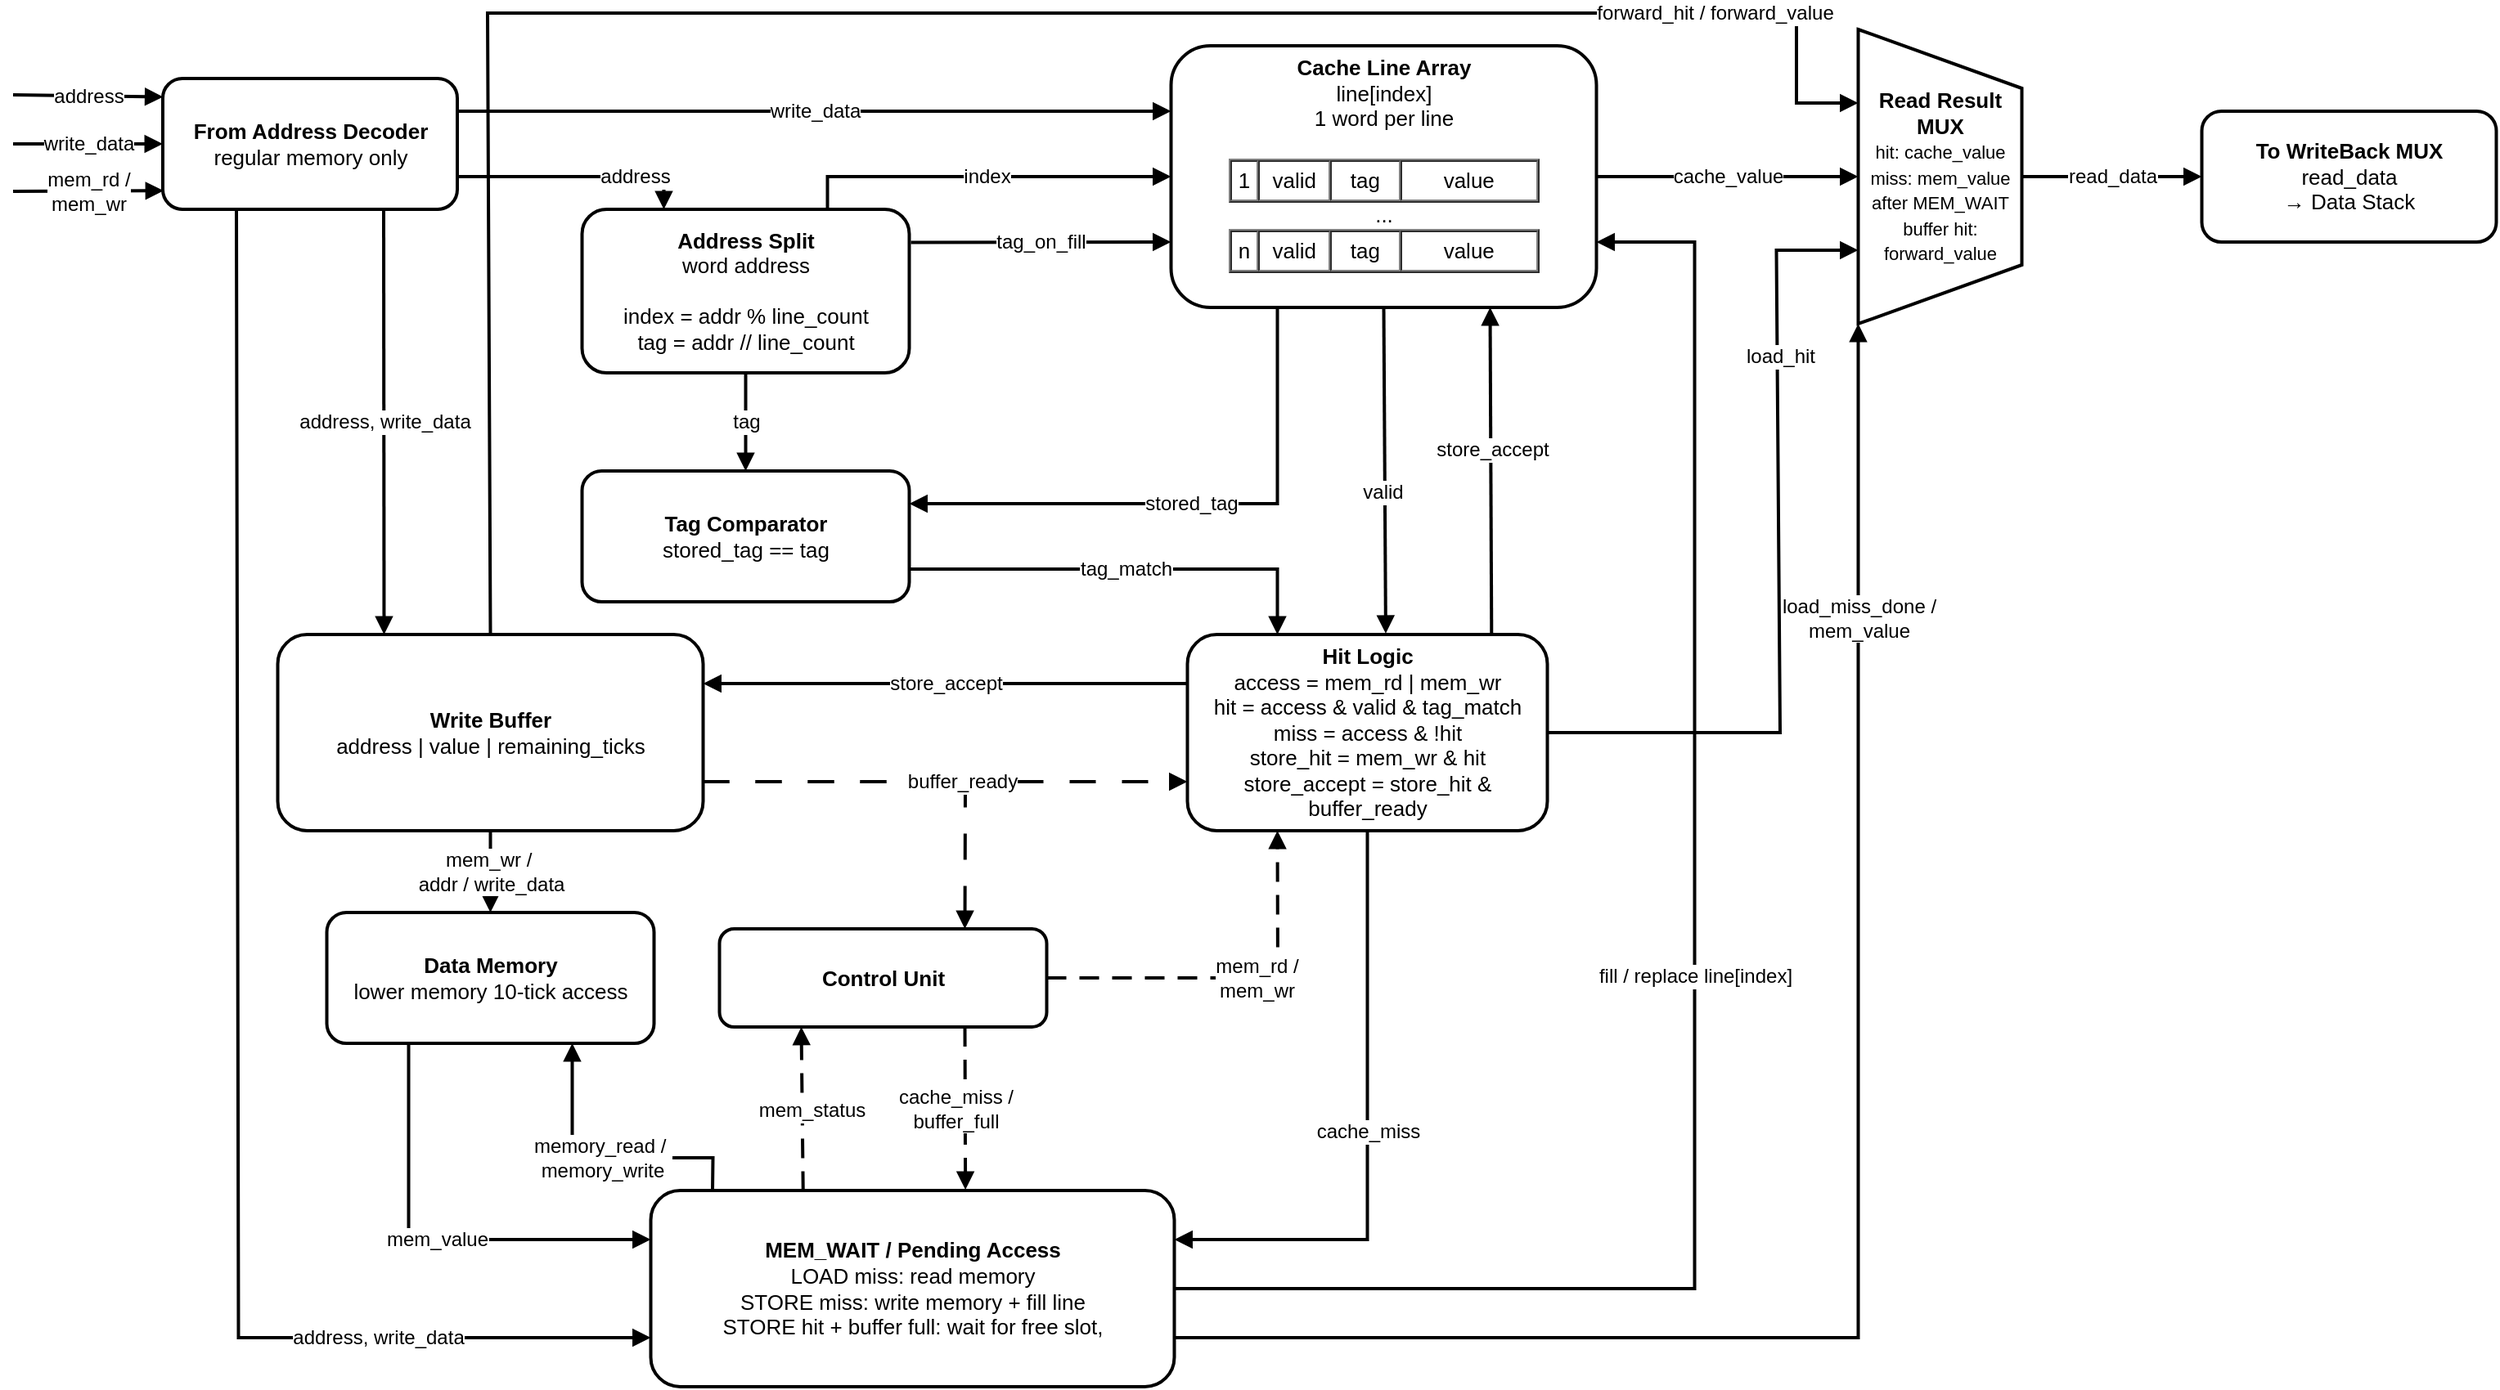
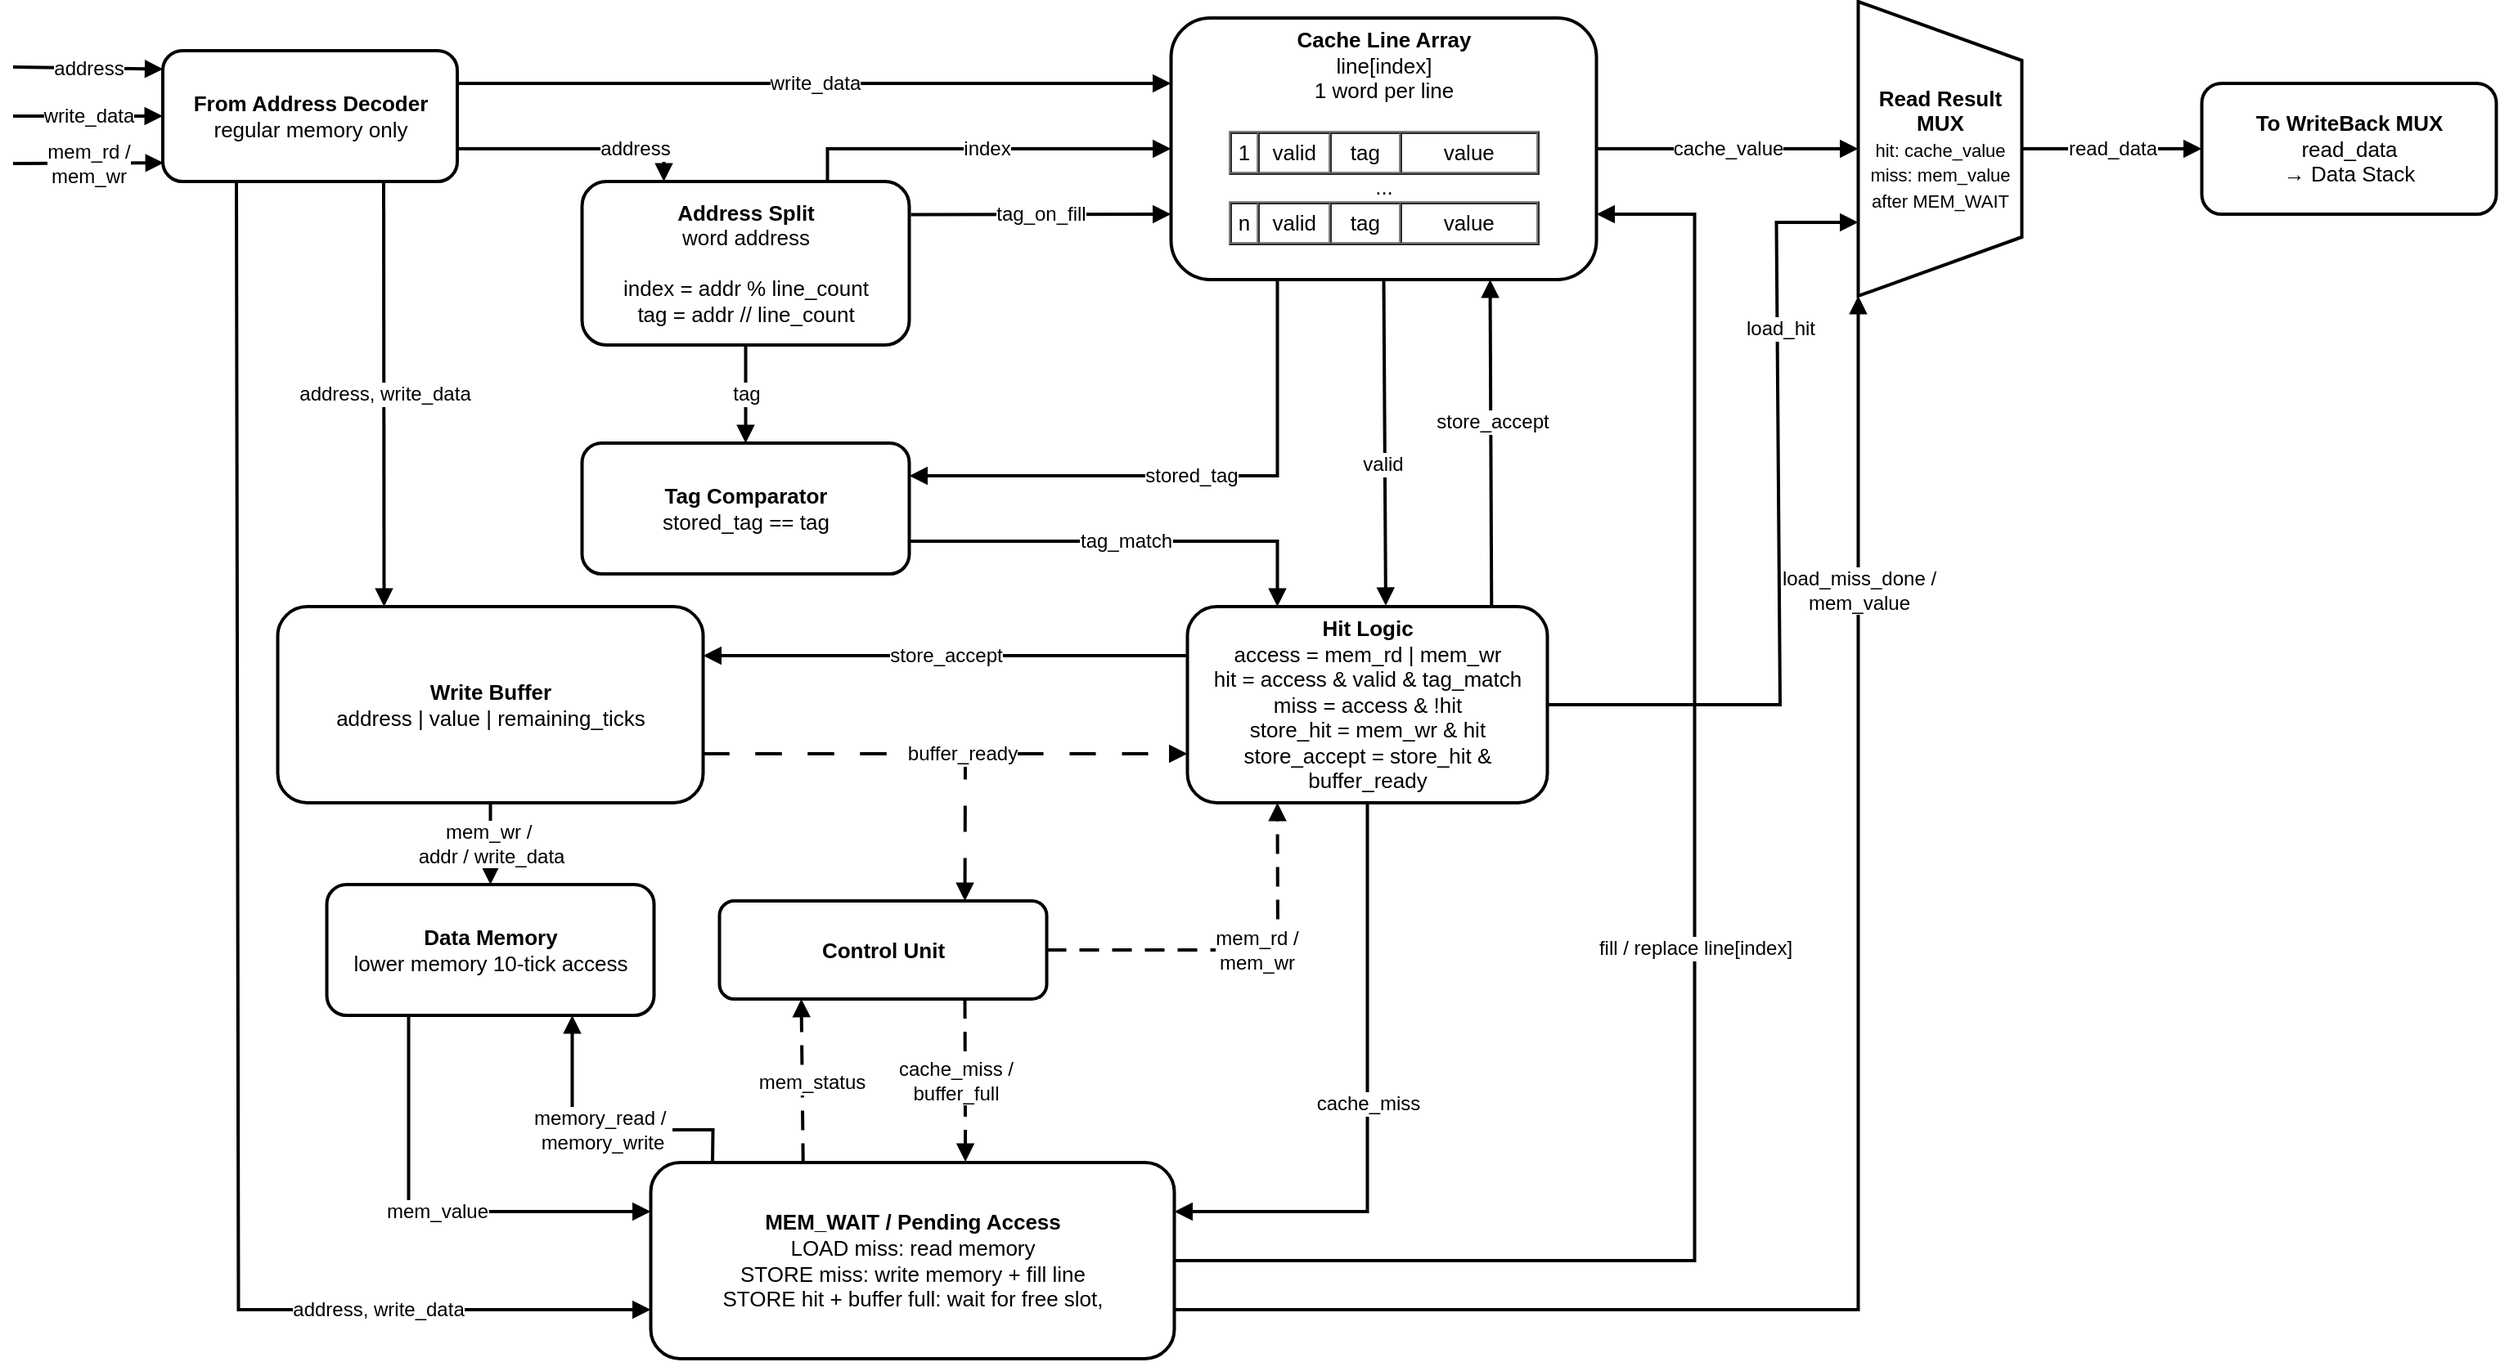
<mxfile host="app.diagrams.net">
  <diagram name="Страница-1" id="6LoON6mabmbmhEtFXeCD">
    <mxGraphModel dx="1572" dy="-209" grid="1" gridSize="10" guides="1" tooltips="1" connect="1" arrows="1" fold="1" page="1" pageScale="1" pageWidth="827" pageHeight="1169" math="0" shadow="0">
      <root>
        <mxCell id="0" />
        <mxCell id="1" parent="0" />
        <mxCell id="1uLOGvhrAcETlvNOaouv-5" edge="1" parent="1" source="IVVpnZJj4IiTGcJY2tOR-60" style="endArrow=block;html=1;rounded=0;strokeWidth=2;strokeColor=#000000;fontSize=12;entryX=0.75;entryY=0;entryDx=0;entryDy=0;exitX=1;exitY=0.75;exitDx=0;exitDy=0;dashed=1;dashPattern=8 8;" target="IVVpnZJj4IiTGcJY2tOR-57" value="">
          <mxGeometry relative="1" x="0.1825" as="geometry">
            <mxPoint as="offset" />
            <Array as="points">
              <mxPoint x="652" y="1740" />
            </Array>
            <mxPoint x="550" y="1769.52" as="sourcePoint" />
            <mxPoint x="846" y="1769.52" as="targetPoint" />
          </mxGeometry>
        </mxCell>
        <mxCell id="IVVpnZJj4IiTGcJY2tOR-39" parent="1" style="rounded=1;whiteSpace=wrap;html=1;strokeWidth=2;fontSize=13;" value="&lt;div&gt;&lt;b&gt;From Address Decoder&lt;/b&gt;&lt;/div&gt;regular memory only" vertex="1">
          <mxGeometry height="80" width="180" x="161.5" y="1310" as="geometry" />
        </mxCell>
        <mxCell id="IVVpnZJj4IiTGcJY2tOR-40" edge="1" parent="1" style="endArrow=block;html=1;rounded=0;strokeWidth=2;strokeColor=#000000;fontSize=12;entryX=0.001;entryY=0.141;entryDx=0;entryDy=0;entryPerimeter=0;" target="IVVpnZJj4IiTGcJY2tOR-39" value="address">
          <mxGeometry relative="1" as="geometry">
            <mxPoint x="70" y="1320" as="sourcePoint" />
            <mxPoint x="161.5" y="1326" as="targetPoint" />
          </mxGeometry>
        </mxCell>
        <mxCell id="IVVpnZJj4IiTGcJY2tOR-41" edge="1" parent="1" style="endArrow=block;html=1;rounded=0;strokeWidth=2;strokeColor=#000000;fontSize=12;entryX=0;entryY=0.5;entryDx=0;entryDy=0;" target="IVVpnZJj4IiTGcJY2tOR-39" value="write_data">
          <mxGeometry relative="1" as="geometry">
            <mxPoint x="70" y="1350" as="sourcePoint" />
            <mxPoint x="110" y="1410" as="targetPoint" />
          </mxGeometry>
        </mxCell>
        <mxCell id="IVVpnZJj4IiTGcJY2tOR-42" edge="1" parent="1" style="endArrow=block;html=1;rounded=0;strokeWidth=2;strokeColor=#000000;fontSize=12;entryX=0.003;entryY=0.858;entryDx=0;entryDy=0;entryPerimeter=0;" target="IVVpnZJj4IiTGcJY2tOR-39" value="&lt;div&gt;mem_rd /&lt;/div&gt;&lt;div&gt;mem_wr&lt;/div&gt;">
          <mxGeometry relative="1" x="-0.0041" as="geometry">
            <mxPoint as="offset" />
            <mxPoint x="70" y="1379" as="sourcePoint" />
            <mxPoint x="161.5" y="1374" as="targetPoint" />
          </mxGeometry>
        </mxCell>
        <mxCell id="IVVpnZJj4IiTGcJY2tOR-43" parent="1" style="rounded=1;whiteSpace=wrap;html=1;strokeWidth=2;fontSize=13;" value="&lt;b&gt;Address Split&lt;/b&gt;&lt;br&gt;word address&lt;br&gt;&lt;br&gt;index = addr % line_count&lt;br&gt;tag = addr // line_count" vertex="1">
          <mxGeometry height="100" width="200" x="417.75" y="1390" as="geometry" />
        </mxCell>
        <mxCell id="IVVpnZJj4IiTGcJY2tOR-44" edge="1" parent="1" source="IVVpnZJj4IiTGcJY2tOR-39" style="endArrow=block;html=1;rounded=0;strokeWidth=2;strokeColor=#000000;fontSize=12;exitX=1;exitY=0.75;exitDx=0;exitDy=0;entryX=0.25;entryY=0;entryDx=0;entryDy=0;" target="IVVpnZJj4IiTGcJY2tOR-43" value="address">
          <mxGeometry relative="1" x="0.4838" as="geometry">
            <mxPoint as="offset" />
            <Array as="points">
              <mxPoint x="467.75" y="1370" />
            </Array>
            <mxPoint x="307.75" y="1550" as="sourcePoint" />
            <mxPoint x="357.75" y="1572" as="targetPoint" />
          </mxGeometry>
        </mxCell>
        <mxCell id="IVVpnZJj4IiTGcJY2tOR-45" parent="1" style="rounded=1;whiteSpace=wrap;html=1;strokeWidth=2;fontSize=13;" value="&lt;b&gt;Cache Line Array&lt;/b&gt;&lt;br&gt;&lt;div&gt;line[index]&lt;/div&gt;&lt;div&gt;1 word per line&lt;/div&gt;&lt;div&gt;&lt;br&gt;&lt;/div&gt;&lt;div&gt;&lt;table border=&quot;1&quot; cellpadding=&quot;4&quot; cellspacing=&quot;0&quot;&gt;&lt;tbody&gt;&lt;tr&gt;&lt;td&gt;1&lt;/td&gt;&lt;td&gt;&amp;nbsp;valid&amp;nbsp;&lt;/td&gt;&lt;td&gt;&amp;nbsp; tag&amp;nbsp;&amp;nbsp;&lt;/td&gt;&lt;td&gt;&amp;nbsp; &amp;nbsp; &amp;nbsp; value&amp;nbsp; &amp;nbsp; &amp;nbsp;&amp;nbsp;&lt;/td&gt;&lt;/tr&gt;&lt;/tbody&gt;&lt;/table&gt;...&lt;/div&gt;&lt;div&gt;&lt;table border=&quot;1&quot; cellpadding=&quot;4&quot; cellspacing=&quot;0&quot;&gt;&lt;tbody&gt;&lt;tr&gt;&lt;td&gt;n&lt;/td&gt;&lt;td&gt;&amp;nbsp;valid&amp;nbsp;&lt;/td&gt;&lt;td&gt;&amp;nbsp; tag&amp;nbsp;&amp;nbsp;&lt;/td&gt;&lt;td&gt;&amp;nbsp; &amp;nbsp; &amp;nbsp; value&amp;nbsp; &amp;nbsp; &amp;nbsp;&amp;nbsp;&lt;/td&gt;&lt;/tr&gt;&lt;/tbody&gt;&lt;/table&gt;&lt;br&gt;&lt;/div&gt;" vertex="1">
          <mxGeometry height="160" width="260" x="777.75" y="1290" as="geometry" />
        </mxCell>
        <mxCell id="IVVpnZJj4IiTGcJY2tOR-46" edge="1" parent="1" source="IVVpnZJj4IiTGcJY2tOR-43" style="endArrow=block;html=1;rounded=0;strokeWidth=2;strokeColor=#000000;fontSize=12;entryX=0;entryY=0.5;entryDx=0;entryDy=0;exitX=0.75;exitY=0;exitDx=0;exitDy=0;" target="IVVpnZJj4IiTGcJY2tOR-45" value="index">
          <mxGeometry relative="1" x="0.0179" as="geometry">
            <mxPoint as="offset" />
            <Array as="points">
              <mxPoint x="567.75" y="1370" />
            </Array>
            <mxPoint x="1077.75" y="1470" as="sourcePoint" />
            <mxPoint x="1147.75" y="1460" as="targetPoint" />
          </mxGeometry>
        </mxCell>
        <mxCell id="IVVpnZJj4IiTGcJY2tOR-47" edge="1" parent="1" source="IVVpnZJj4IiTGcJY2tOR-39" style="endArrow=block;html=1;rounded=0;strokeWidth=2;strokeColor=#000000;fontSize=12;entryX=0;entryY=0.25;entryDx=0;entryDy=0;exitX=1;exitY=0.25;exitDx=0;exitDy=0;" target="IVVpnZJj4IiTGcJY2tOR-45" value="write_data">
          <mxGeometry relative="1" as="geometry">
            <mxPoint x="817.75" y="1391" as="sourcePoint" />
            <mxPoint x="967.75" y="1249" as="targetPoint" />
          </mxGeometry>
        </mxCell>
        <mxCell id="IVVpnZJj4IiTGcJY2tOR-48" edge="1" parent="1" source="IVVpnZJj4IiTGcJY2tOR-43" style="endArrow=block;html=1;rounded=0;strokeWidth=2;strokeColor=#000000;fontSize=12;exitX=1.005;exitY=0.202;exitDx=0;exitDy=0;entryX=0;entryY=0.75;entryDx=0;entryDy=0;exitPerimeter=0;" target="IVVpnZJj4IiTGcJY2tOR-45" value="tag_on_fill">
          <mxGeometry relative="1" as="geometry">
            <Array as="points" />
            <mxPoint x="657.75" y="1450" as="sourcePoint" />
            <mxPoint x="1227.75" y="1607" as="targetPoint" />
          </mxGeometry>
        </mxCell>
        <mxCell id="IVVpnZJj4IiTGcJY2tOR-49" parent="1" style="rounded=1;whiteSpace=wrap;html=1;strokeWidth=2;fontSize=13;" value="&lt;b&gt;To WriteBack MUX&lt;/b&gt;&lt;br&gt;read_data&lt;br&gt;→ Data Stack" vertex="1">
          <mxGeometry height="80" width="180" x="1407.75" y="1330" as="geometry" />
        </mxCell>
        <mxCell id="IVVpnZJj4IiTGcJY2tOR-50" edge="1" parent="1" source="IVVpnZJj4IiTGcJY2tOR-140" style="endArrow=block;html=1;rounded=0;strokeWidth=2;strokeColor=#000000;fontSize=12;" target="IVVpnZJj4IiTGcJY2tOR-49" value="read_data">
          <mxGeometry relative="1" as="geometry">
            <mxPoint x="1722.75" y="1355" as="sourcePoint" />
            <mxPoint x="2162.75" y="1415.5" as="targetPoint" />
          </mxGeometry>
        </mxCell>
        <mxCell id="IVVpnZJj4IiTGcJY2tOR-51" edge="1" parent="1" source="IVVpnZJj4IiTGcJY2tOR-45" style="endArrow=block;html=1;rounded=0;strokeWidth=2;strokeColor=#000000;fontSize=12;exitX=1;exitY=0.5;exitDx=0;exitDy=0;entryX=0.5;entryY=1;entryDx=0;entryDy=0;" target="IVVpnZJj4IiTGcJY2tOR-140" value="cache_value">
          <mxGeometry relative="1" as="geometry">
            <mxPoint x="1297.75" y="1355" as="sourcePoint" />
            <mxPoint x="1492.75" y="1355" as="targetPoint" />
          </mxGeometry>
        </mxCell>
        <mxCell id="IVVpnZJj4IiTGcJY2tOR-53" parent="1" style="rounded=1;whiteSpace=wrap;html=1;strokeWidth=2;fontSize=13;" value="&lt;b&gt;MEM_WAIT / Pending Access&lt;/b&gt;&lt;br&gt;LOAD miss: read memory&lt;br&gt;&lt;div&gt;STORE miss: write memory + fill line&lt;/div&gt;&lt;div&gt;&lt;span&gt;STORE hit + buffer full:&lt;/span&gt;&lt;span&gt;&amp;nbsp;wait for free slot,&lt;/span&gt;&lt;/div&gt;" vertex="1">
          <mxGeometry height="120" width="320" x="459.75" y="1990" as="geometry" />
        </mxCell>
        <mxCell id="IVVpnZJj4IiTGcJY2tOR-54" edge="1" parent="1" source="IVVpnZJj4IiTGcJY2tOR-53" style="endArrow=block;html=1;rounded=0;strokeWidth=2;strokeColor=#000000;fontSize=12;exitX=1;exitY=0.75;exitDx=0;exitDy=0;entryX=1;entryY=1;entryDx=0;entryDy=0;" target="IVVpnZJj4IiTGcJY2tOR-140" value="&lt;div&gt;load_miss_done /&lt;/div&gt;mem_value">
          <mxGeometry relative="1" x="0.6532" as="geometry">
            <mxPoint as="offset" />
            <Array as="points">
              <mxPoint x="1197.75" y="2080" />
            </Array>
            <mxPoint x="1269.75" y="2484" as="sourcePoint" />
            <mxPoint x="1197.75" y="2187" as="targetPoint" />
          </mxGeometry>
        </mxCell>
        <mxCell id="IVVpnZJj4IiTGcJY2tOR-55" parent="1" style="rounded=1;whiteSpace=wrap;html=1;strokeWidth=2;fontSize=13;" value="&lt;div&gt;&lt;b&gt;Hit Logic&lt;/b&gt;&lt;/div&gt;&lt;div&gt;access = mem_rd | mem_wr&lt;/div&gt;hit = access &amp;amp; valid &amp;amp; tag_match&lt;br&gt;miss = access &amp;amp; !hit&lt;br&gt;&lt;div&gt;store_hit = mem_wr &amp;amp; hit&lt;/div&gt;&lt;div&gt;store_accept = store_hit &amp;amp; buffer_ready&lt;/div&gt;" vertex="1">
          <mxGeometry height="120" width="220" x="787.75" y="1650" as="geometry" />
        </mxCell>
        <mxCell id="IVVpnZJj4IiTGcJY2tOR-56" edge="1" parent="1" source="IVVpnZJj4IiTGcJY2tOR-45" style="endArrow=block;html=1;rounded=0;strokeWidth=2;strokeColor=#000000;fontSize=12;entryX=0.551;entryY=-0.005;entryDx=0;entryDy=0;exitX=0.5;exitY=1;exitDx=0;exitDy=0;entryPerimeter=0;" target="IVVpnZJj4IiTGcJY2tOR-55" value="valid">
          <mxGeometry relative="1" x="0.1329" y="-1" as="geometry">
            <mxPoint as="offset" />
            <mxPoint x="927.75" y="1670" as="sourcePoint" />
            <mxPoint x="940.75" y="1795" as="targetPoint" />
          </mxGeometry>
        </mxCell>
        <mxCell id="IVVpnZJj4IiTGcJY2tOR-57" parent="1" style="rounded=1;whiteSpace=wrap;html=1;strokeWidth=2;fontSize=13;" value="&lt;b&gt;Control Unit&lt;/b&gt;" vertex="1">
          <mxGeometry height="60" width="200" x="501.75" y="1830" as="geometry" />
        </mxCell>
        <mxCell id="IVVpnZJj4IiTGcJY2tOR-58" parent="1" style="rounded=1;whiteSpace=wrap;html=1;strokeWidth=2;fontSize=13;" value="&lt;b&gt;Tag Comparator&lt;/b&gt;&lt;br&gt;stored_tag == tag" vertex="1">
          <mxGeometry height="80" width="200" x="417.75" y="1550" as="geometry" />
        </mxCell>
        <mxCell id="IVVpnZJj4IiTGcJY2tOR-59" parent="1" style="rounded=1;whiteSpace=wrap;html=1;strokeWidth=2;fontSize=13;" value="&lt;b&gt;Data Memory&lt;/b&gt;&lt;br&gt;lower memory 10-tick access" vertex="1">
          <mxGeometry height="80" width="200" x="261.75" y="1820" as="geometry" />
        </mxCell>
        <mxCell id="IVVpnZJj4IiTGcJY2tOR-60" parent="1" style="rounded=1;whiteSpace=wrap;html=1;strokeWidth=2;fontSize=13;" value="&lt;div&gt;&lt;b&gt;Write Buffer&lt;/b&gt;&lt;/div&gt;&lt;div&gt;&lt;span&gt;address | value | remaining_ticks&lt;/span&gt;&lt;/div&gt;" vertex="1">
          <mxGeometry height="120" width="260" x="231.75" y="1650" as="geometry" />
        </mxCell>
        <mxCell id="IVVpnZJj4IiTGcJY2tOR-61" edge="1" parent="1" source="IVVpnZJj4IiTGcJY2tOR-43" style="endArrow=block;html=1;rounded=0;strokeWidth=2;strokeColor=#000000;fontSize=12;" target="IVVpnZJj4IiTGcJY2tOR-58" value="tag">
          <mxGeometry relative="1" as="geometry">
            <mxPoint x="207.75" y="1640" as="sourcePoint" />
            <mxPoint x="207.75" y="1707" as="targetPoint" />
          </mxGeometry>
        </mxCell>
        <mxCell id="IVVpnZJj4IiTGcJY2tOR-62" edge="1" parent="1" source="IVVpnZJj4IiTGcJY2tOR-45" style="endArrow=block;html=1;rounded=0;strokeWidth=2;strokeColor=#000000;fontSize=12;entryX=1;entryY=0.25;entryDx=0;entryDy=0;exitX=0.25;exitY=1;exitDx=0;exitDy=0;" target="IVVpnZJj4IiTGcJY2tOR-58" value="stored_tag">
          <mxGeometry relative="1" as="geometry">
            <Array as="points">
              <mxPoint x="842.75" y="1570" />
            </Array>
            <mxPoint x="935.75" y="1850" as="sourcePoint" />
            <mxPoint x="707.75" y="2020" as="targetPoint" />
          </mxGeometry>
        </mxCell>
        <mxCell id="IVVpnZJj4IiTGcJY2tOR-63" edge="1" parent="1" source="IVVpnZJj4IiTGcJY2tOR-58" style="endArrow=block;html=1;rounded=0;strokeWidth=2;strokeColor=#000000;fontSize=12;entryX=0.25;entryY=0;entryDx=0;entryDy=0;exitX=1;exitY=0.75;exitDx=0;exitDy=0;" target="IVVpnZJj4IiTGcJY2tOR-55" value="tag_match">
          <mxGeometry relative="1" as="geometry">
            <Array as="points">
              <mxPoint x="842.75" y="1610" />
            </Array>
            <mxPoint x="137.75" y="1861" as="sourcePoint" />
            <mxPoint x="342.75" y="1840" as="targetPoint" />
          </mxGeometry>
        </mxCell>
        <mxCell id="IVVpnZJj4IiTGcJY2tOR-64" edge="1" parent="1" source="IVVpnZJj4IiTGcJY2tOR-55" style="endArrow=block;html=1;rounded=0;strokeWidth=2;strokeColor=#000000;fontSize=12;entryX=0.75;entryY=1;entryDx=0;entryDy=0;" target="IVVpnZJj4IiTGcJY2tOR-140" value="&lt;div&gt;load_hit&lt;/div&gt;">
          <mxGeometry relative="1" x="0.5279" y="-2" as="geometry">
            <mxPoint as="offset" />
            <Array as="points">
              <mxPoint x="1150" y="1710" />
              <mxPoint x="1147.75" y="1415" />
            </Array>
            <mxPoint x="1167.75" y="1702" as="sourcePoint" />
            <mxPoint x="1406.75" y="1560" as="targetPoint" />
          </mxGeometry>
        </mxCell>
        <mxCell id="IVVpnZJj4IiTGcJY2tOR-65" edge="1" parent="1" source="IVVpnZJj4IiTGcJY2tOR-55" style="endArrow=block;html=1;rounded=0;strokeWidth=2;strokeColor=#000000;fontSize=12;entryX=1;entryY=0.25;entryDx=0;entryDy=0;exitX=0;exitY=0.25;exitDx=0;exitDy=0;" target="IVVpnZJj4IiTGcJY2tOR-60" value="store_accept">
          <mxGeometry relative="1" as="geometry">
            <Array as="points" />
            <mxPoint x="780" y="1670" as="sourcePoint" />
            <mxPoint x="797.75" y="2210" as="targetPoint" />
          </mxGeometry>
        </mxCell>
        <mxCell id="IVVpnZJj4IiTGcJY2tOR-66" edge="1" parent="1" source="IVVpnZJj4IiTGcJY2tOR-60" style="endArrow=block;html=1;rounded=0;strokeWidth=2;strokeColor=#000000;fontSize=12;exitX=0.5;exitY=1;exitDx=0;exitDy=0;entryX=0.5;entryY=0;entryDx=0;entryDy=0;" target="IVVpnZJj4IiTGcJY2tOR-59" value="&lt;div&gt;mem_wr /&amp;nbsp;&lt;/div&gt;&lt;div&gt;addr / write_data&lt;/div&gt;">
          <mxGeometry relative="1" as="geometry">
            <Array as="points" />
            <mxPoint x="357.75" y="1771" as="sourcePoint" />
            <mxPoint x="298" y="1820" as="targetPoint" />
          </mxGeometry>
        </mxCell>
        <mxCell id="IVVpnZJj4IiTGcJY2tOR-67" edge="1" parent="1" source="IVVpnZJj4IiTGcJY2tOR-59" style="endArrow=block;html=1;rounded=0;strokeWidth=2;strokeColor=#000000;fontSize=12;entryX=0;entryY=0.25;entryDx=0;entryDy=0;exitX=0.25;exitY=1;exitDx=0;exitDy=0;" target="IVVpnZJj4IiTGcJY2tOR-53" value="mem_value">
          <mxGeometry relative="1" x="0.0256" as="geometry">
            <mxPoint as="offset" />
            <Array as="points">
              <mxPoint x="311.75" y="2020" />
            </Array>
            <mxPoint x="307.75" y="1920" as="sourcePoint" />
            <mxPoint x="1017.75" y="2340" as="targetPoint" />
          </mxGeometry>
        </mxCell>
        <mxCell id="IVVpnZJj4IiTGcJY2tOR-68" edge="1" parent="1" source="IVVpnZJj4IiTGcJY2tOR-53" style="endArrow=block;html=1;rounded=0;strokeWidth=2;strokeColor=#000000;fontSize=12;exitX=0.118;exitY=-0.005;exitDx=0;exitDy=0;entryX=0.75;entryY=1;entryDx=0;entryDy=0;exitPerimeter=0;" target="IVVpnZJj4IiTGcJY2tOR-59" value="&lt;div&gt;memory_read /&amp;nbsp;&lt;/div&gt;&lt;div&gt;memory_write&lt;/div&gt;">
          <mxGeometry relative="1" as="geometry">
            <mxPoint as="offset" />
            <Array as="points">
              <mxPoint x="497.75" y="1970" />
              <mxPoint x="411.75" y="1970" />
            </Array>
            <mxPoint x="1137.75" y="2360" as="sourcePoint" />
            <mxPoint x="1077.75" y="2680" as="targetPoint" />
          </mxGeometry>
        </mxCell>
        <mxCell id="IVVpnZJj4IiTGcJY2tOR-69" edge="1" parent="1" source="IVVpnZJj4IiTGcJY2tOR-57" style="endArrow=block;html=1;rounded=0;strokeWidth=2;dashed=1;dashPattern=6 4;strokeColor=light-dark(#000000,#000000);fontColor=light-dark(#000000, #6f9bf2);fontSize=12;entryX=0.601;entryY=-0.004;entryDx=0;entryDy=0;exitX=0.75;exitY=1;exitDx=0;exitDy=0;entryPerimeter=0;" target="IVVpnZJj4IiTGcJY2tOR-53" value="&lt;div&gt;cache_miss /&lt;/div&gt;&lt;div&gt;buffer_full&lt;/div&gt;">
          <mxGeometry relative="1" x="-0.0068" y="-6" as="geometry">
            <mxPoint as="offset" />
            <Array as="points" />
            <mxPoint x="39.75" y="1800" as="sourcePoint" />
            <mxPoint x="206.75" y="2117" as="targetPoint" />
          </mxGeometry>
        </mxCell>
        <mxCell id="IVVpnZJj4IiTGcJY2tOR-70" edge="1" parent="1" source="IVVpnZJj4IiTGcJY2tOR-53" style="endArrow=block;html=1;rounded=0;strokeWidth=2;dashed=1;dashPattern=6 4;strokeColor=light-dark(#000000,#000000);fontColor=light-dark(#000000, #6f9bf2);fontSize=12;exitX=0.291;exitY=0.002;exitDx=0;exitDy=0;entryX=0.25;entryY=1;entryDx=0;entryDy=0;exitPerimeter=0;" target="IVVpnZJj4IiTGcJY2tOR-57" value="mem_status">
          <mxGeometry relative="1" x="-0.0101" y="-6" as="geometry">
            <mxPoint as="offset" />
            <Array as="points" />
            <mxPoint x="589.75" y="2320" as="sourcePoint" />
            <mxPoint x="756.75" y="2637" as="targetPoint" />
          </mxGeometry>
        </mxCell>
        <mxCell id="IVVpnZJj4IiTGcJY2tOR-71" edge="1" parent="1" source="IVVpnZJj4IiTGcJY2tOR-57" style="endArrow=block;html=1;rounded=0;strokeWidth=2;dashed=1;dashPattern=6 4;strokeColor=light-dark(#000000,#000000);fontColor=light-dark(#000000, #6f9bf2);fontSize=12;entryX=0.25;entryY=1;entryDx=0;entryDy=0;exitX=1;exitY=0.5;exitDx=0;exitDy=0;" target="IVVpnZJj4IiTGcJY2tOR-55" value="&lt;div&gt;mem_rd /&lt;/div&gt;&lt;div&gt;mem_wr&lt;/div&gt;">
          <mxGeometry relative="1" x="0.1092" as="geometry">
            <mxPoint as="offset" />
            <Array as="points">
              <mxPoint x="843" y="1860" />
            </Array>
            <mxPoint x="787.75" y="1860" as="sourcePoint" />
            <mxPoint x="954.75" y="2177" as="targetPoint" />
          </mxGeometry>
        </mxCell>
        <mxCell id="IVVpnZJj4IiTGcJY2tOR-72" edge="1" parent="1" source="IVVpnZJj4IiTGcJY2tOR-55" style="endArrow=block;html=1;rounded=0;strokeWidth=2;strokeColor=#000000;fontSize=12;entryX=1;entryY=0.25;entryDx=0;entryDy=0;" target="IVVpnZJj4IiTGcJY2tOR-53" value="cache_miss">
          <mxGeometry relative="1" as="geometry">
            <Array as="points">
              <mxPoint x="897.75" y="2020" />
            </Array>
            <mxPoint x="217.75" y="1850" as="sourcePoint" />
            <mxPoint x="157.75" y="2170" as="targetPoint" />
          </mxGeometry>
        </mxCell>
        <mxCell id="IVVpnZJj4IiTGcJY2tOR-73" edge="1" parent="1" source="IVVpnZJj4IiTGcJY2tOR-39" style="endArrow=block;html=1;rounded=0;strokeWidth=2;strokeColor=#000000;fontSize=12;exitX=0.25;exitY=1;exitDx=0;exitDy=0;entryX=0;entryY=0.75;entryDx=0;entryDy=0;" target="IVVpnZJj4IiTGcJY2tOR-53" value="address, write_data">
          <mxGeometry relative="1" x="0.6451" as="geometry">
            <mxPoint as="offset" />
            <Array as="points">
              <mxPoint x="207.75" y="2080" />
            </Array>
            <mxPoint x="157.75" y="1710" as="sourcePoint" />
            <mxPoint x="277.75" y="2330" as="targetPoint" />
          </mxGeometry>
        </mxCell>
        <mxCell id="IVVpnZJj4IiTGcJY2tOR-74" edge="1" parent="1" source="IVVpnZJj4IiTGcJY2tOR-39" style="endArrow=block;html=1;rounded=0;strokeWidth=2;strokeColor=#000000;fontSize=12;exitX=0.75;exitY=1;exitDx=0;exitDy=0;entryX=0.25;entryY=0;entryDx=0;entryDy=0;" target="IVVpnZJj4IiTGcJY2tOR-60" value="address, write_data">
          <mxGeometry relative="1" as="geometry">
            <Array as="points" />
            <mxPoint x="940.75" y="1030" as="sourcePoint" />
            <mxPoint x="1477.75" y="1814" as="targetPoint" />
          </mxGeometry>
        </mxCell>
        <mxCell id="IVVpnZJj4IiTGcJY2tOR-75" edge="1" parent="1" source="IVVpnZJj4IiTGcJY2tOR-53" style="endArrow=block;html=1;rounded=0;strokeWidth=2;strokeColor=#000000;fontSize=12;exitX=1;exitY=0.5;exitDx=0;exitDy=0;entryX=1;entryY=0.75;entryDx=0;entryDy=0;" target="IVVpnZJj4IiTGcJY2tOR-45" value="fill / replace line[index]">
          <mxGeometry relative="1" as="geometry">
            <Array as="points">
              <mxPoint x="1097.75" y="2050" />
              <mxPoint x="1097.75" y="1410" />
            </Array>
            <mxPoint x="57.75" y="1600" as="sourcePoint" />
            <mxPoint x="717.75" y="1750" as="targetPoint" />
          </mxGeometry>
        </mxCell>
-         <mxCell id="IVVpnZJj4IiTGcJY2tOR-140" parent="1" style="shape=trapezoid;perimeter=trapezoidPerimeter;whiteSpace=wrap;html=1;strokeWidth=2;fillColor=#ffffff;strokeColor=#000000;fontSize=13;direction=south;" value="&lt;b&gt;Read Result MUX&lt;/b&gt;&lt;br&gt;&lt;font style=&quot;font-size: 11px&quot;&gt;hit: cache_value&lt;br&gt;&lt;/font&gt;&lt;div&gt;&lt;font style=&quot;font-size: 11px&quot;&gt;miss: mem_value after MEM_WAIT&lt;/font&gt;&lt;/div&gt;&lt;div&gt;&lt;font style=&quot;font-size: 11px&quot;&gt;buffer hit: forward_value&lt;/font&gt;&lt;/div&gt;" vertex="1">
+         <mxCell id="IVVpnZJj4IiTGcJY2tOR-140" parent="1" style="shape=trapezoid;perimeter=trapezoidPerimeter;whiteSpace=wrap;html=1;strokeWidth=2;fillColor=#ffffff;strokeColor=#000000;fontSize=13;direction=south;" value="&lt;b&gt;Read Result MUX&lt;/b&gt;&lt;br&gt;&lt;font style=&quot;font-size: 11px&quot;&gt;hit: cache_value&lt;br&gt;&lt;/font&gt;&lt;div&gt;&lt;font style=&quot;font-size: 11px&quot;&gt;miss: mem_value after MEM_WAIT&lt;/font&gt;&lt;/div&gt;" vertex="1">
          <mxGeometry height="180" width="100" x="1197.75" y="1280" as="geometry" />
        </mxCell>
        <mxCell id="IVVpnZJj4IiTGcJY2tOR-141" edge="1" parent="1" source="IVVpnZJj4IiTGcJY2tOR-55" style="endArrow=block;html=1;rounded=0;strokeWidth=2;strokeColor=#000000;fontSize=12;entryX=0.75;entryY=1;entryDx=0;entryDy=0;exitX=0.845;exitY=-0.004;exitDx=0;exitDy=0;exitPerimeter=0;" target="IVVpnZJj4IiTGcJY2tOR-45" value="store_accept">
          <mxGeometry relative="1" x="0.1329" y="-1" as="geometry">
            <mxPoint as="offset" />
            <mxPoint x="1010" y="1550" as="sourcePoint" />
            <mxPoint x="1011" y="1750" as="targetPoint" />
          </mxGeometry>
        </mxCell>
        <mxCell id="1uLOGvhrAcETlvNOaouv-1" edge="1" parent="1" source="IVVpnZJj4IiTGcJY2tOR-60" style="endArrow=block;html=1;rounded=0;strokeWidth=2;strokeColor=#000000;fontSize=12;entryX=0;entryY=0.75;entryDx=0;entryDy=0;exitX=1;exitY=0.75;exitDx=0;exitDy=0;dashed=1;dashPattern=8 8;" target="IVVpnZJj4IiTGcJY2tOR-55" value="&lt;div&gt;buffer_ready&lt;/div&gt;">
          <mxGeometry relative="1" x="0.0693" as="geometry">
            <mxPoint as="offset" />
            <Array as="points" />
            <mxPoint x="701.75" y="1709" as="sourcePoint" />
            <mxPoint x="761.75" y="1820" as="targetPoint" />
-           </mxGeometry>
-         </mxCell>
-         <mxCell id="1uLOGvhrAcETlvNOaouv-3" edge="1" parent="1" source="IVVpnZJj4IiTGcJY2tOR-60" style="endArrow=block;html=1;rounded=0;strokeWidth=2;strokeColor=#000000;fontSize=12;exitX=0.5;exitY=0;exitDx=0;exitDy=0;entryX=0.25;entryY=1;entryDx=0;entryDy=0;fontStyle=0" target="IVVpnZJj4IiTGcJY2tOR-140" value="forward_hit / forward_value">
-           <mxGeometry relative="1" x="0.7757" as="geometry">
-             <mxPoint as="offset" />
-             <Array as="points">
-               <mxPoint x="360" y="1270" />
-               <mxPoint x="1160" y="1270" />
-               <mxPoint x="1160" y="1325" />
-             </Array>
-             <mxPoint x="420" y="1440" as="sourcePoint" />
-             <mxPoint x="420" y="1694" as="targetPoint" />
          </mxGeometry>
        </mxCell>
      </root>
    </mxGraphModel>
  </diagram>
</mxfile>
